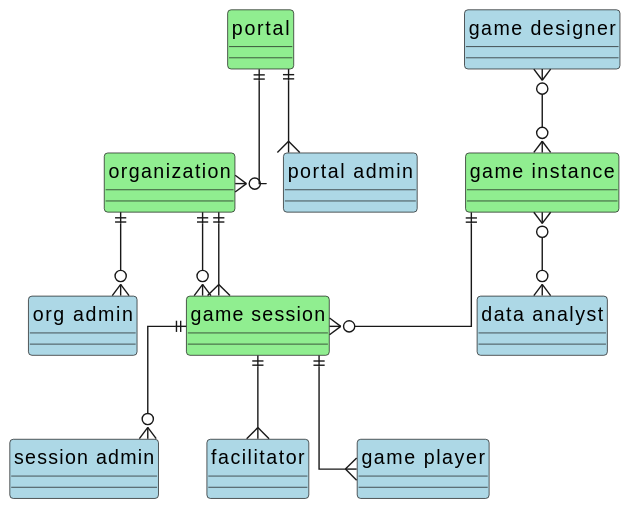
Above: doc/1-scope/diagrams/stakeholders.svg in averbraeck/gscg-design (PlantUML), before the change.
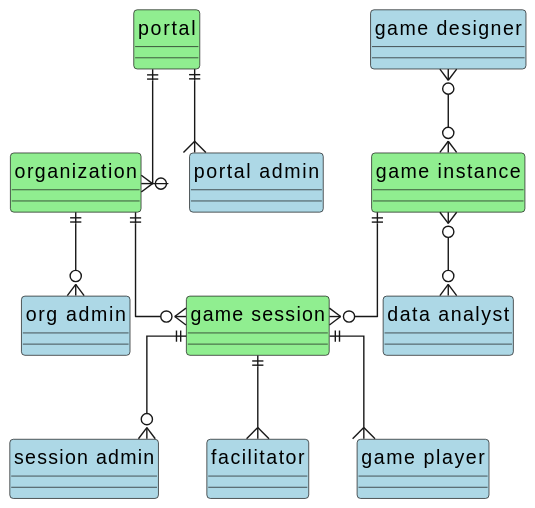
The same file after the commit.

Diff of the diagram source:
```diff
@@ -23,7 +23,6 @@
 session ||--{ player
 session ||--{ facilitator
 session ||--o{ sadmin
-organization ||--{ session
 designer }o--o{ game
 game }o--o{ analyst
 @enduml
```
